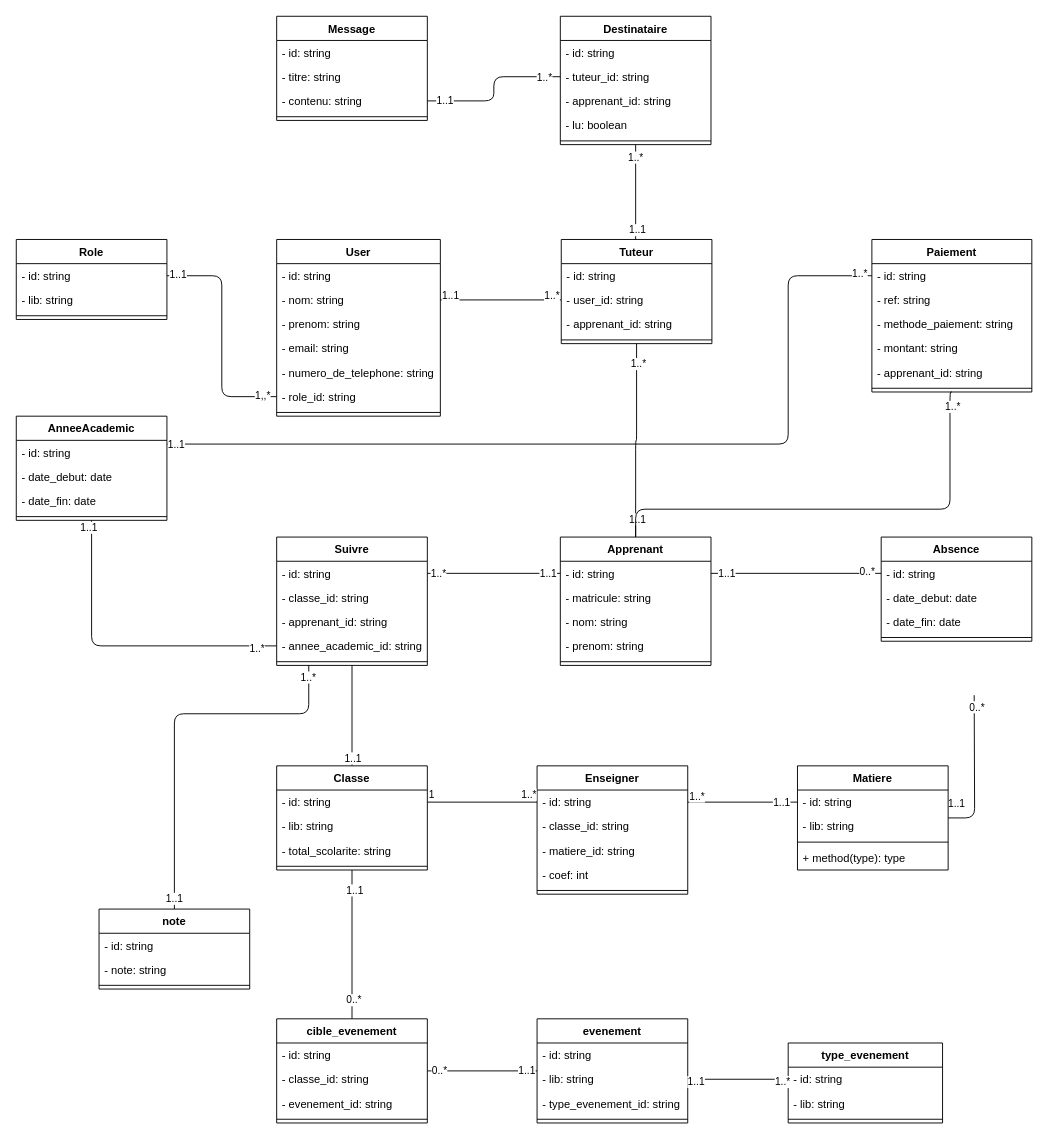
This is page "Diagrame de classe" (1 of 4) of uml-use_case_diagram.drawio from devalade/ilewemi, a draw.io file, before an edit. Source tidied: cells renumbered, new cells numbered last; positions are measured from the earlier drawing's top-left corner, leaving out a move shared by most shapes. Both pictures are drawn from the tidied source at 93%, with x=0, y=0 at pixel (16, 16).
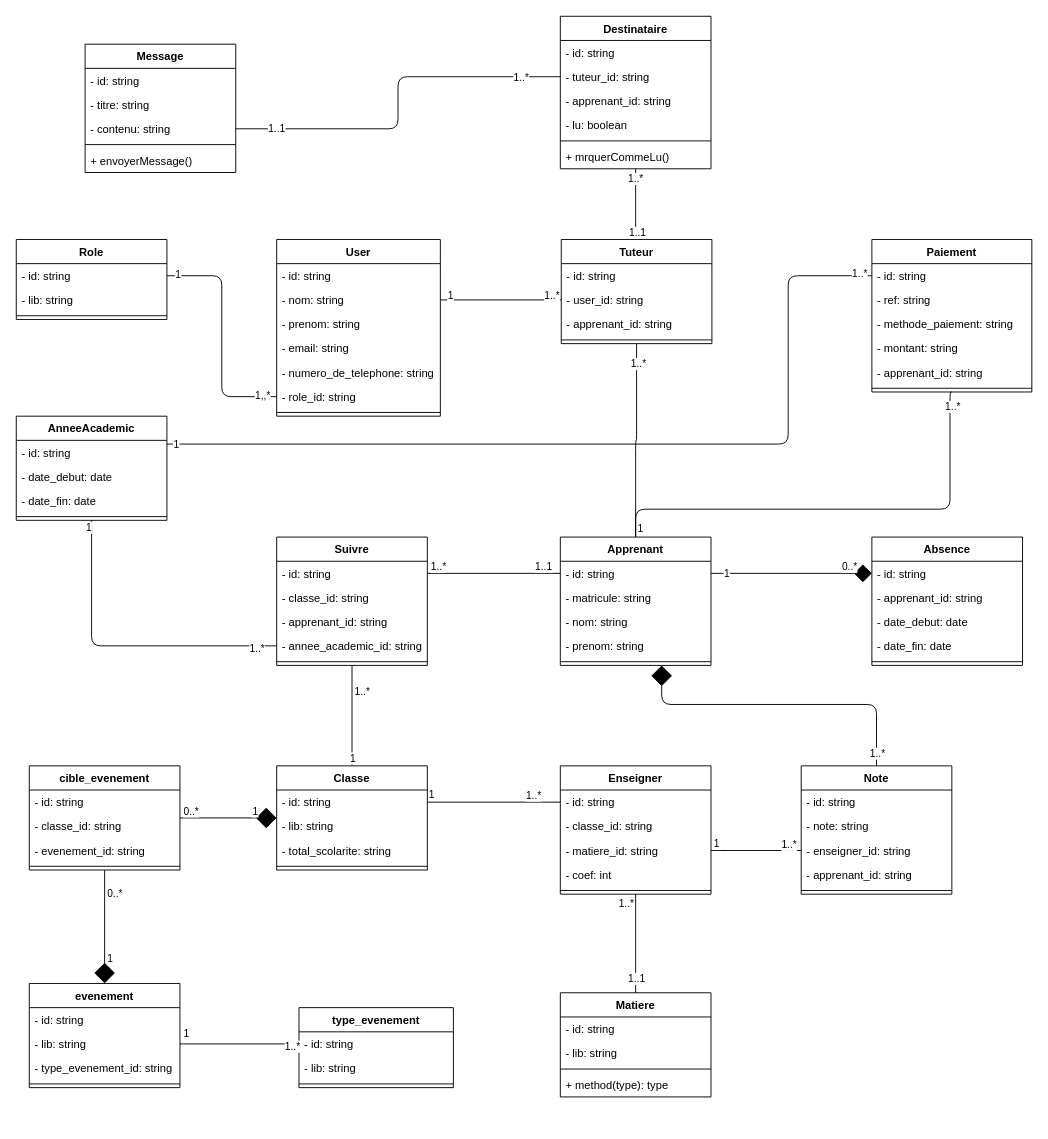
After the change.

Unchanged cells that the change refers to:
```xml
<mxCell id="4" value="Suivre" style="swimlane;fontStyle=1;align=center;verticalAlign=top;horizontal=1;startSize=26;" parent="1" vertex="1">
  <mxGeometry x="280" y="560" width="162" height="138" as="geometry" />
</mxCell>
<mxCell id="5" value="- id: string" style="text;strokeColor=none;fillColor=none;align=left;verticalAlign=top;spacingLeft=4;spacingRight=4;overflow=hidden;points=[[0,0.5],[1,0.5]];portConstraint=eastwest;" parent="4" vertex="1">
  <mxGeometry y="26" width="162" height="26" as="geometry" />
</mxCell>
<mxCell id="9" style="line;strokeWidth=1;fillColor=none;align=left;verticalAlign=middle;spacingTop=-1;spacingLeft=3;spacingRight=3;labelPosition=right;points=[];portConstraint=eastwest;" parent="4" vertex="1">
  <mxGeometry y="130" width="162" height="8" as="geometry" />
</mxCell>
<mxCell id="13" value="Classe" style="swimlane;fontStyle=1;align=center;verticalAlign=top;horizontal=1;startSize=26;" parent="1" vertex="1">
  <mxGeometry x="280" y="806" width="162" height="112" as="geometry" />
</mxCell>
<mxCell id="14" value="- id: string" style="text;strokeColor=none;fillColor=none;align=left;verticalAlign=top;spacingLeft=4;spacingRight=4;overflow=hidden;points=[[0,0.5],[1,0.5]];portConstraint=eastwest;" parent="13" vertex="1">
  <mxGeometry y="26" width="162" height="26" as="geometry" />
</mxCell>
<mxCell id="22" value="- id: string" style="text;strokeColor=none;fillColor=none;align=left;verticalAlign=top;spacingLeft=4;spacingRight=4;overflow=hidden;points=[[0,0.5],[1,0.5]];portConstraint=eastwest;" parent="21" vertex="1">
  <mxGeometry y="26" width="162" height="26" as="geometry" />
</mxCell>
<mxCell id="27" value="- id: string" style="text;strokeColor=none;fillColor=none;align=left;verticalAlign=top;spacingLeft=4;spacingRight=4;overflow=hidden;points=[[0,0.5],[1,0.5]];portConstraint=eastwest;" parent="26" vertex="1">
  <mxGeometry y="26" width="162" height="26" as="geometry" />
</mxCell>
<mxCell id="41" style="edgeStyle=orthogonalEdgeStyle;html=1;entryX=0.5;entryY=1;entryDx=0;entryDy=0;endArrow=none;endFill=0;" parent="1" edge="1" source="46" target="68">
  <mxGeometry relative="1" as="geometry" />
</mxCell>
<mxCell id="46" value="Apprenant" style="swimlane;fontStyle=1;align=center;verticalAlign=top;horizontal=1;startSize=26;" parent="1" vertex="1">
  <mxGeometry x="585" y="560" width="162" height="138" as="geometry" />
</mxCell>
<mxCell id="47" value="- id: string" style="text;strokeColor=none;fillColor=none;align=left;verticalAlign=top;spacingLeft=4;spacingRight=4;overflow=hidden;points=[[0,0.5],[1,0.5]];portConstraint=eastwest;" parent="46" vertex="1">
  <mxGeometry y="26" width="162" height="26" as="geometry" />
</mxCell>
<mxCell id="56" value="- id: string" style="text;strokeColor=none;fillColor=none;align=left;verticalAlign=top;spacingLeft=4;spacingRight=4;overflow=hidden;points=[[0,0.5],[1,0.5]];portConstraint=eastwest;" parent="55" vertex="1">
  <mxGeometry y="26" width="162" height="26" as="geometry" />
</mxCell>
<mxCell id="77" style="edgeStyle=orthogonalEdgeStyle;html=1;endArrow=none;endFill=0;" parent="1" edge="1" source="66" target="74">
  <mxGeometry relative="1" as="geometry" />
</mxCell>
<mxCell id="80" style="edgeStyle=orthogonalEdgeStyle;html=1;entryX=1;entryY=0.5;entryDx=0;entryDy=0;endArrow=none;endFill=0;" parent="1" edge="1" source="70" target="62">
  <mxGeometry relative="1" as="geometry" />
</mxCell>
<mxCell id="83" style="edgeStyle=orthogonalEdgeStyle;html=1;entryX=0;entryY=0.5;entryDx=0;entryDy=0;endArrow=none;endFill=0;" parent="1" edge="1" source="89" target="8">
  <mxGeometry relative="1" as="geometry" />
</mxCell>
<mxCell id="86" style="edgeStyle=orthogonalEdgeStyle;html=1;entryX=0;entryY=0.5;entryDx=0;entryDy=0;endArrow=none;endFill=0;" parent="1" edge="1" source="89" target="122">
  <mxGeometry relative="1" as="geometry">
    <Array as="points">
      <mxPoint x="81" y="460" />
      <mxPoint x="830" y="460" />
      <mxPoint x="830" y="279" />
    </Array>
  </mxGeometry>
</mxCell>
<mxCell id="118" style="edgeStyle=orthogonalEdgeStyle;html=1;endArrow=none;endFill=0;entryX=0;entryY=0.5;entryDx=0;entryDy=0;" parent="1" edge="1" source="111" target="115">
  <mxGeometry relative="1" as="geometry" />
</mxCell>
```

Change to the diagram source:
```diff
@@
-    <mxCell id="2" style="edgeStyle=orthogonalEdgeStyle;html=1;endArrow=none;endFill=0;entryX=0.5;entryY=0;entryDx=0;entryDy=0;" parent="1" edge="1" source="4" target="13">
+    <mxCell id="2" style="edgeStyle=orthogonalEdgeStyle;html=1;endArrow=none;endFill=0;entryX=0.5;entryY=0;entryDx=0;entryDy=0;startArrow=none;startFill=0;endSize=6;startSize=20;" parent="1" edge="1" source="4" target="13">
       <mxGeometry relative="1" as="geometry" />
     </mxCell>
-    <mxCell id="3" value="1..1" style="edgeLabel;html=1;align=center;verticalAlign=middle;" parent="2" vertex="1">
+    <mxCell id="3" value="1" style="edgeLabel;html=1;align=center;verticalAlign=middle;" parent="2" vertex="1">
       <mxGeometry x="0.83" relative="1" as="geometry" />
     </mxCell>
+    <mxCell id="145" value="1..*" style="edgeLabel;html=1;align=center;verticalAlign=middle;" parent="2" vertex="1">
+      <mxGeometry x="-0.76" y="2" relative="1" as="geometry">
+        <mxPoint x="8" y="14" as="offset" />
+      </mxGeometry>
+    </mxCell>
@@
-    <mxCell id="10" style="edgeStyle=orthogonalEdgeStyle;html=1;endArrow=none;endFill=0;" parent="1" edge="1" source="13" target="104">
+    <mxCell id="10" style="edgeStyle=orthogonalEdgeStyle;html=1;endArrow=none;endFill=0;startArrow=diamond;startFill=1;startSize=20;endSize=20;" parent="1" edge="1" source="13" target="104">
       <mxGeometry relative="1" as="geometry" />
     </mxCell>
-    <mxCell id="11" value="1..1" style="edgeLabel;html=1;align=center;verticalAlign=middle;" parent="10" vertex="1">
-      <mxGeometry x="-0.74" y="2" relative="1" as="geometry" />
+    <mxCell id="11" value="1" style="edgeLabel;html=1;align=center;verticalAlign=middle;" parent="10" vertex="1">
+      <mxGeometry x="-0.74" y="2" relative="1" as="geometry">
+        <mxPoint x="-10" y="-10" as="offset" />
+      </mxGeometry>
     </mxCell>
     <mxCell id="12" value="0..*" style="edgeLabel;html=1;align=center;verticalAlign=middle;" parent="10" vertex="1">
-      <mxGeometry x="0.74" y="1" relative="1" as="geometry" />
+      <mxGeometry x="0.74" y="1" relative="1" as="geometry">
+        <mxPoint x="-3" y="-9" as="offset" />
+      </mxGeometry>
     </mxCell>
@@
-    <mxCell id="18" style="edgeStyle=orthogonalEdgeStyle;html=1;endArrow=none;endFill=0;" parent="1" edge="1" source="21">
-      <mxGeometry relative="1" as="geometry">
-        <mxPoint x="1030" y="730" as="targetPoint" />
-      </mxGeometry>
-    </mxCell>
-    <mxCell id="19" value="0..*" style="edgeLabel;html=1;align=center;verticalAlign=middle;" parent="18" vertex="1">
-      <mxGeometry x="0.84" y="-2" relative="1" as="geometry" />
-    </mxCell>
-    <mxCell id="20" value="1..1" style="edgeLabel;html=1;align=center;verticalAlign=middle;" parent="18" vertex="1">
-      <mxGeometry x="-0.44" y="1" relative="1" as="geometry">
-        <mxPoint x="-19" y="1" as="offset" />
-      </mxGeometry>
-    </mxCell>
     <mxCell id="21" value="Matiere" style="swimlane;fontStyle=1;align=center;verticalAlign=top;horizontal=1;startSize=26;" parent="1" vertex="1">
-      <mxGeometry x="840" y="806" width="162" height="112" as="geometry" />
+      <mxGeometry x="585" y="1050" width="162" height="112" as="geometry" />
     </mxCell>
@@
+    <mxCell id="146" style="edgeStyle=orthogonalEdgeStyle;html=1;startArrow=none;startFill=0;endArrow=none;endFill=0;startSize=20;endSize=20;entryX=0;entryY=0.5;entryDx=0;entryDy=0;" parent="1" edge="1" source="26" target="152">
+      <mxGeometry relative="1" as="geometry">
+        <Array as="points">
+          <mxPoint x="764" y="897" />
+          <mxPoint x="764" y="897" />
+        </Array>
+      </mxGeometry>
+    </mxCell>
+    <mxCell id="147" value="1" style="edgeLabel;html=1;align=center;verticalAlign=middle;" parent="146" vertex="1">
+      <mxGeometry x="-0.31" y="1" relative="1" as="geometry">
+        <mxPoint x="-28" y="-7" as="offset" />
+      </mxGeometry>
+    </mxCell>
+    <mxCell id="148" value="1..*" style="edgeLabel;html=1;align=center;verticalAlign=middle;" parent="146" vertex="1">
+      <mxGeometry x="0.72" y="1" relative="1" as="geometry">
+        <mxPoint y="-6" as="offset" />
+      </mxGeometry>
+    </mxCell>
     <mxCell id="26" value="Enseigner" style="swimlane;fontStyle=1;align=center;verticalAlign=top;horizontal=1;startSize=26;" parent="1" vertex="1">
-      <mxGeometry x="560" y="806" width="162" height="138" as="geometry" />
+      <mxGeometry x="585" y="806" width="162" height="138" as="geometry" />
     </mxCell>
@@
-    <mxCell id="32" style="endArrow=none;html=1;edgeStyle=orthogonalEdgeStyle;exitX=1;exitY=0.5;exitDx=0;exitDy=0;entryX=0;entryY=0.5;entryDx=0;entryDy=0;" parent="1" edge="1" source="14" target="27">
+    <mxCell id="32" style="endArrow=none;html=1;edgeStyle=orthogonalEdgeStyle;exitX=1;exitY=0.5;exitDx=0;exitDy=0;entryX=0;entryY=0.5;entryDx=0;entryDy=0;startArrow=none;startFill=0;endFill=0;startSize=14;endSize=20;" parent="1" edge="1" source="14" target="27">
       <mxGeometry relative="1" as="geometry" />
     </mxCell>
@@
     <mxCell id="34" value="1..*" style="edgeLabel;html=1;align=right;verticalAlign=bottom;rotation=0;" parent="32" vertex="1">
-      <mxGeometry x="1" relative="1" as="geometry" />
+      <mxGeometry x="1" relative="1" as="geometry">
+        <mxPoint x="-20" y="1" as="offset" />
+      </mxGeometry>
     </mxCell>
-    <mxCell id="35" style="edgeStyle=orthogonalEdgeStyle;html=1;endArrow=none;endFill=0;arcSize=20;" parent="1" edge="1" source="27" target="22">
+    <mxCell id="35" style="edgeStyle=orthogonalEdgeStyle;html=1;endArrow=none;endFill=0;arcSize=20;exitX=0.5;exitY=1;exitDx=0;exitDy=0;startArrow=none;startFill=0;endSize=17;startSize=20;" parent="1" edge="1" source="26" target="21">
       <mxGeometry relative="1" as="geometry" />
     </mxCell>
@@
     <mxCell id="37" value="1..*" style="edgeLabel;html=1;align=center;verticalAlign=middle;" parent="35" vertex="1">
       <mxGeometry x="-0.79" y="-3" relative="1" as="geometry">
-        <mxPoint x="-3" y="-10" as="offset" />
+        <mxPoint x="-8" y="-2" as="offset" />
       </mxGeometry>
     </mxCell>
-    <mxCell id="38" style="edgeStyle=orthogonalEdgeStyle;html=1;endArrow=none;endFill=0;exitX=1;exitY=0.5;exitDx=0;exitDy=0;entryX=0;entryY=0.5;entryDx=0;entryDy=0;" parent="1" edge="1" source="47" target="56">
+    <mxCell id="38" style="edgeStyle=orthogonalEdgeStyle;html=1;endArrow=diamond;endFill=1;exitX=1;exitY=0.5;exitDx=0;exitDy=0;entryX=0;entryY=0.5;entryDx=0;entryDy=0;endSize=17;" parent="1" edge="1" source="47" target="56">
       <mxGeometry relative="1" as="geometry" />
     </mxCell>
-    <mxCell id="39" value="1..1" style="edgeLabel;html=1;align=center;verticalAlign=middle;" parent="38" vertex="1">
+    <mxCell id="39" value="1" style="edgeLabel;html=1;align=center;verticalAlign=middle;" parent="38" vertex="1">
       <mxGeometry x="-0.82" y="1" relative="1" as="geometry" />
     </mxCell>
     <mxCell id="40" value="0..*" style="edgeLabel;html=1;align=center;verticalAlign=middle;" parent="38" vertex="1">
-      <mxGeometry x="0.83" y="3" relative="1" as="geometry" />
+      <mxGeometry x="0.83" y="3" relative="1" as="geometry">
+        <mxPoint x="-10" y="-5" as="offset" />
+      </mxGeometry>
     </mxCell>
@@
-    <mxCell id="43" value="1..1" style="edgeLabel;html=1;align=center;verticalAlign=middle;" parent="41" vertex="1">
-      <mxGeometry x="-0.81" y="-1" relative="1" as="geometry" />
+    <mxCell id="43" value="1" style="edgeLabel;html=1;align=center;verticalAlign=middle;" parent="41" vertex="1">
+      <mxGeometry x="-0.81" y="-1" relative="1" as="geometry">
+        <mxPoint x="3" y="10" as="offset" />
+      </mxGeometry>
     </mxCell>
@@
+    <mxCell id="149" style="edgeStyle=orthogonalEdgeStyle;html=1;entryX=0.5;entryY=0;entryDx=0;entryDy=0;startArrow=diamond;startFill=1;endArrow=none;endFill=0;startSize=20;endSize=20;" parent="1" edge="1" source="46" target="97">
+      <mxGeometry relative="1" as="geometry">
+        <Array as="points">
+          <mxPoint x="694" y="740" />
+          <mxPoint x="925" y="740" />
+        </Array>
+      </mxGeometry>
+    </mxCell>
+    <mxCell id="150" value="1..*" style="edgeLabel;html=1;align=center;verticalAlign=middle;" parent="149" vertex="1">
+      <mxGeometry x="0.92" relative="1" as="geometry" />
+    </mxCell>
@@
-    <mxCell id="52" style="edgeStyle=orthogonalEdgeStyle;html=1;exitX=1;exitY=0.5;exitDx=0;exitDy=0;entryX=0;entryY=0.5;entryDx=0;entryDy=0;endArrow=none;endFill=0;" parent="1" edge="1" source="5" target="47">
+    <mxCell id="52" style="edgeStyle=orthogonalEdgeStyle;html=1;exitX=1;exitY=0.5;exitDx=0;exitDy=0;entryX=0;entryY=0.5;entryDx=0;entryDy=0;endArrow=none;endFill=0;startArrow=none;startFill=0;startSize=20;endSize=20;" parent="1" edge="1" source="5" target="47">
       <mxGeometry relative="1" as="geometry" />
     </mxCell>
     <mxCell id="53" value="1..*" style="edgeLabel;html=1;align=center;verticalAlign=middle;" parent="52" vertex="1">
       <mxGeometry x="-0.85" y="-2" relative="1" as="geometry">
-        <mxPoint y="-3" as="offset" />
+        <mxPoint y="-10" as="offset" />
       </mxGeometry>
     </mxCell>
     <mxCell id="54" value="1..1" style="edgeLabel;html=1;align=center;verticalAlign=middle;" parent="52" vertex="1">
-      <mxGeometry x="0.8" y="1" relative="1" as="geometry" />
+      <mxGeometry x="0.8" y="1" relative="1" as="geometry">
+        <mxPoint x="-5" y="-7" as="offset" />
+      </mxGeometry>
     </mxCell>
     <mxCell id="55" value="Absence" style="swimlane;fontStyle=1;align=center;verticalAlign=top;horizontal=1;startSize=26;" parent="1" vertex="1">
-      <mxGeometry x="930" y="560" width="162" height="112" as="geometry" />
+      <mxGeometry x="920" y="560" width="162" height="138" as="geometry" />
     </mxCell>
@@
+    <mxCell id="151" value="- apprenant_id: string" style="text;strokeColor=none;fillColor=none;align=left;verticalAlign=top;spacingLeft=4;spacingRight=4;overflow=hidden;" parent="55" vertex="1">
+      <mxGeometry y="52" width="162" height="26" as="geometry" />
+    </mxCell>
     <mxCell id="57" value="- date_debut: date" style="text;strokeColor=none;fillColor=none;align=left;verticalAlign=top;spacingLeft=4;spacingRight=4;overflow=hidden;" parent="55" vertex="1">
-      <mxGeometry y="52" width="162" height="26" as="geometry" />
+      <mxGeometry y="78" width="162" height="26" as="geometry" />
     </mxCell>
     <mxCell id="58" value="- date_fin: date" style="text;strokeColor=none;fillColor=none;align=left;verticalAlign=top;spacingLeft=4;spacingRight=4;overflow=hidden;" parent="55" vertex="1">
-      <mxGeometry y="78" width="162" height="26" as="geometry" />
+      <mxGeometry y="104" width="162" height="26" as="geometry" />
     </mxCell>
     <mxCell id="59" style="line;strokeWidth=1;fillColor=none;align=left;verticalAlign=middle;spacingTop=-1;spacingLeft=3;spacingRight=3;labelPosition=right;" parent="55" vertex="1">
-      <mxGeometry y="104" width="162" height="8" as="geometry" />
+      <mxGeometry y="130" width="162" height="8" as="geometry" />
     </mxCell>
@@
-    <mxCell id="79" value="1..1" style="edgeLabel;html=1;align=center;verticalAlign=middle;" parent="77" vertex="1">
+    <mxCell id="79" value="1" style="edgeLabel;html=1;align=center;verticalAlign=middle;" parent="77" vertex="1">
       <mxGeometry x="0.91" y="-2" relative="1" as="geometry" />
     </mxCell>
@@
-    <mxCell id="82" value="1..1" style="edgeLabel;html=1;align=center;verticalAlign=middle;" parent="80" vertex="1">
+    <mxCell id="82" value="1" style="edgeLabel;html=1;align=center;verticalAlign=middle;" parent="80" vertex="1">
       <mxGeometry x="0.81" y="3" relative="1" as="geometry">
         <mxPoint x="-2" y="-9" as="offset" />
       </mxGeometry>
     </mxCell>
@@
-    <mxCell id="85" value="1..1" style="edgeLabel;html=1;align=center;verticalAlign=middle;" parent="83" vertex="1">
+    <mxCell id="85" value="1" style="edgeLabel;html=1;align=center;verticalAlign=middle;" parent="83" vertex="1">
       <mxGeometry x="-0.89" y="-4" relative="1" as="geometry">
         <mxPoint y="-11" as="offset" />
       </mxGeometry>
     </mxCell>
@@
-    <mxCell id="87" value="1..1" style="edgeLabel;html=1;align=center;verticalAlign=middle;" parent="86" vertex="1">
+    <mxCell id="87" value="1" style="edgeLabel;html=1;align=center;verticalAlign=middle;" parent="86" vertex="1">
       <mxGeometry x="-0.98" relative="1" as="geometry" />
     </mxCell>
@@
-    <mxCell id="94" style="edgeStyle=orthogonalEdgeStyle;html=1;entryX=0.213;entryY=0.98;entryDx=0;entryDy=0;endArrow=none;endFill=0;entryPerimeter=0;" parent="1" edge="1" source="97" target="9">
-      <mxGeometry relative="1" as="geometry">
-        <Array as="points">
-          <mxPoint x="170" y="750" />
-          <mxPoint x="315" y="750" />
-        </Array>
-      </mxGeometry>
-    </mxCell>
-    <mxCell id="95" value="1..*" style="edgeLabel;html=1;align=center;verticalAlign=middle;" parent="94" vertex="1">
-      <mxGeometry x="0.94" y="1" relative="1" as="geometry" />
-    </mxCell>
-    <mxCell id="96" value="1..1" style="edgeLabel;html=1;align=center;verticalAlign=middle;" parent="94" vertex="1">
-      <mxGeometry x="-0.94" y="1" relative="1" as="geometry" />
-    </mxCell>
-    <mxCell id="97" value="note" style="swimlane;fontStyle=1;align=center;verticalAlign=top;horizontal=1;startSize=26;" parent="1" vertex="1">
-      <mxGeometry x="89" y="960" width="162" height="86" as="geometry" />
+    <mxCell id="97" value="Note" style="swimlane;fontStyle=1;align=center;verticalAlign=top;horizontal=1;startSize=26;" parent="1" vertex="1">
+      <mxGeometry x="844" y="806" width="162" height="138" as="geometry" />
     </mxCell>
@@
+    <mxCell id="152" value="- enseigner_id: string" style="text;strokeColor=none;fillColor=none;align=left;verticalAlign=top;spacingLeft=4;spacingRight=4;overflow=hidden;points=[[0,0.5],[1,0.5]];portConstraint=eastwest;" parent="97" vertex="1">
+      <mxGeometry y="78" width="162" height="26" as="geometry" />
+    </mxCell>
+    <mxCell id="153" value="- apprenant_id: string" style="text;strokeColor=none;fillColor=none;align=left;verticalAlign=top;spacingLeft=4;spacingRight=4;overflow=hidden;" parent="97" vertex="1">
+      <mxGeometry y="104" width="162" height="26" as="geometry" />
+    </mxCell>
     <mxCell id="100" style="line;strokeWidth=1;fillColor=none;align=left;verticalAlign=middle;spacingTop=-1;spacingLeft=3;spacingRight=3;labelPosition=right;" parent="97" vertex="1">
-      <mxGeometry y="78" width="162" height="8" as="geometry" />
+      <mxGeometry y="130" width="162" height="8" as="geometry" />
     </mxCell>
-    <mxCell id="101" style="edgeStyle=orthogonalEdgeStyle;html=1;endArrow=none;endFill=0;" parent="1" edge="1" source="104" target="109">
+    <mxCell id="101" style="edgeStyle=orthogonalEdgeStyle;html=1;endArrow=diamond;endFill=1;startArrow=none;startFill=0;startSize=20;endSize=20;" parent="1" edge="1" source="104" target="109">
       <mxGeometry relative="1" as="geometry" />
     </mxCell>
     <mxCell id="102" value="0..*" style="edgeLabel;html=1;align=center;verticalAlign=middle;" parent="101" vertex="1">
-      <mxGeometry x="-0.8" y="1" relative="1" as="geometry" />
+      <mxGeometry x="-0.8" y="1" relative="1" as="geometry">
+        <mxPoint x="9" y="13" as="offset" />
+      </mxGeometry>
     </mxCell>
-    <mxCell id="103" value="1..1" style="edgeLabel;html=1;align=center;verticalAlign=middle;" parent="101" vertex="1">
-      <mxGeometry x="0.79" y="1" relative="1" as="geometry" />
+    <mxCell id="103" value="1" style="edgeLabel;html=1;align=center;verticalAlign=middle;" parent="101" vertex="1">
+      <mxGeometry x="0.79" y="1" relative="1" as="geometry">
+        <mxPoint x="4" y="-15" as="offset" />
+      </mxGeometry>
     </mxCell>
     <mxCell id="104" value="cible_evenement" style="swimlane;fontStyle=1;align=center;verticalAlign=top;horizontal=1;startSize=26;" parent="1" vertex="1">
-      <mxGeometry x="280" y="1078" width="162" height="112" as="geometry" />
+      <mxGeometry x="14" y="806" width="162" height="112" as="geometry" />
     </mxCell>
@@
     <mxCell id="109" value="evenement" style="swimlane;fontStyle=1;align=center;verticalAlign=top;horizontal=1;startSize=26;" parent="1" vertex="1">
-      <mxGeometry x="560" y="1078" width="162" height="112" as="geometry" />
+      <mxGeometry x="14" y="1040" width="162" height="112" as="geometry" />
     </mxCell>
@@
     <mxCell id="114" value="type_evenement" style="swimlane;fontStyle=1;align=center;verticalAlign=top;horizontal=1;startSize=26;" parent="1" vertex="1">
-      <mxGeometry x="830" y="1104" width="166" height="86" as="geometry" />
+      <mxGeometry x="304" y="1066" width="166" height="86" as="geometry" />
     </mxCell>
@@
-    <mxCell id="119" value="1..1" style="edgeLabel;html=1;align=center;verticalAlign=middle;" parent="118" vertex="1">
-      <mxGeometry x="-0.85" y="-2" relative="1" as="geometry" />
+    <mxCell id="119" value="1" style="edgeLabel;html=1;align=center;verticalAlign=middle;" parent="118" vertex="1">
+      <mxGeometry x="-0.85" y="-2" relative="1" as="geometry">
+        <mxPoint x="-4" y="-14" as="offset" />
+      </mxGeometry>
     </mxCell>
@@
     <mxCell id="131" value="Destinataire" style="swimlane;fontStyle=1;align=center;verticalAlign=top;horizontal=1;startSize=26;" parent="1" vertex="1">
-      <mxGeometry x="585" width="162" height="138" as="geometry" />
+      <mxGeometry x="585" width="162" height="164" as="geometry" />
     </mxCell>
@@
+    <mxCell id="154" value="+ mrquerCommeLu()" style="text;strokeColor=none;fillColor=none;align=left;verticalAlign=top;spacingLeft=4;spacingRight=4;overflow=hidden;" parent="131" vertex="1">
+      <mxGeometry y="138" width="162" height="26" as="geometry" />
+    </mxCell>
     <mxCell id="137" value="Message" style="swimlane;fontStyle=1;align=center;verticalAlign=top;horizontal=1;startSize=26;" parent="1" vertex="1">
-      <mxGeometry x="280" width="162" height="112" as="geometry" />
+      <mxGeometry x="74" y="30" width="162" height="138" as="geometry" />
     </mxCell>
@@
+    <mxCell id="155" value="+ envoyerMessage()" style="text;strokeColor=none;fillColor=none;align=left;verticalAlign=top;spacingLeft=4;spacingRight=4;overflow=hidden;" parent="137" vertex="1">
+      <mxGeometry y="112" width="162" height="26" as="geometry" />
+    </mxCell>
```
